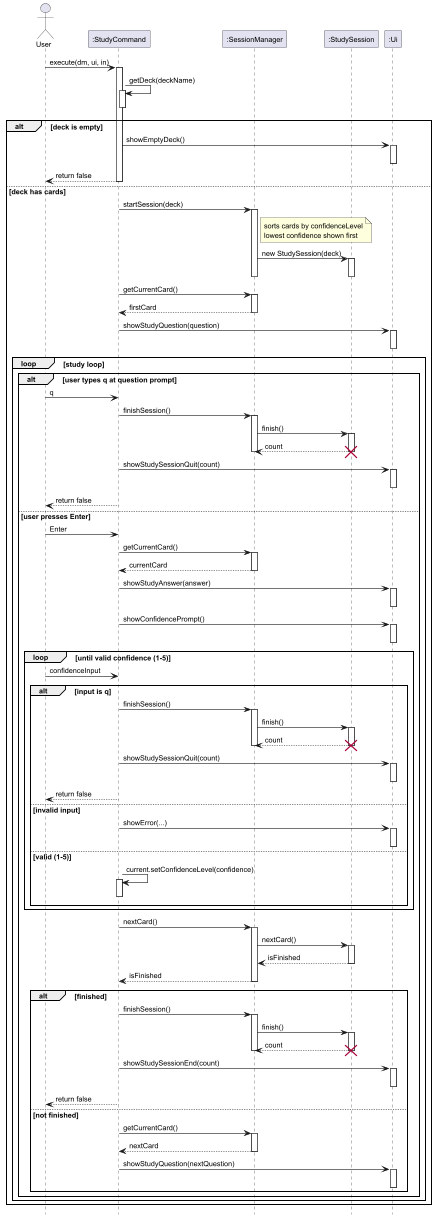
Before: docs/diagrams/study_sequence.png, a diagram exported from PlantUML (yqzzy/tp).
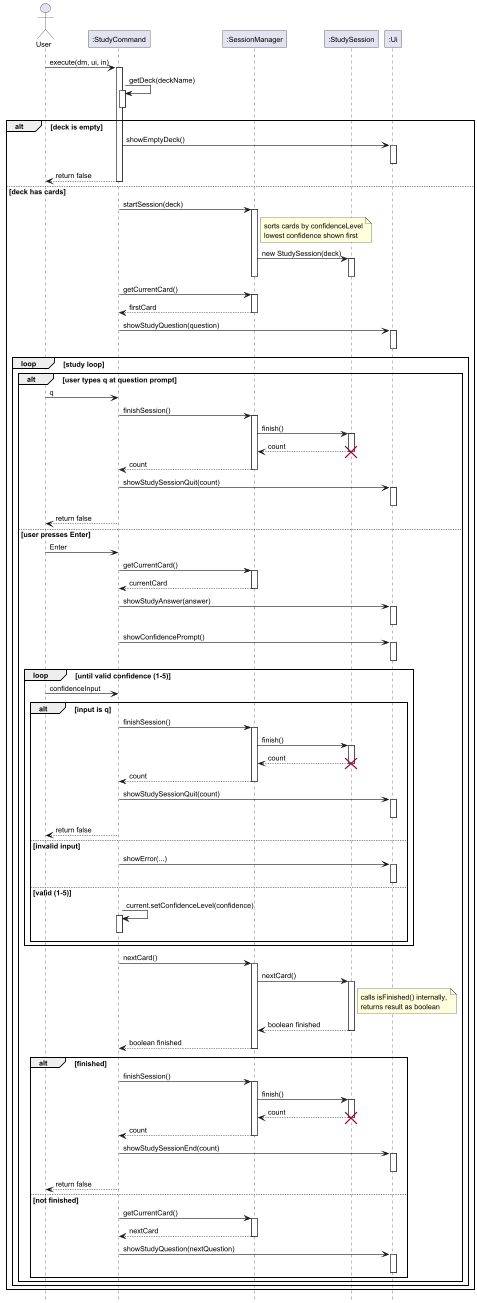
After the change.

Commit message:
update sequence diagrams

Change to the diagram source:
```diff
@@ -54,6 +54,7 @@
             activate ss
             ss --> sm : count
             destroy ss
+            sm --> cmd : count
             deactivate sm
 
             cmd -> ui : showStudySessionQuit(count)
@@ -88,6 +89,7 @@
                     activate ss
                     ss --> sm : count
                     destroy ss
+                    sm --> cmd : count
                     deactivate sm
 
                     cmd -> ui : showStudySessionQuit(count)
@@ -113,9 +115,13 @@
             activate sm
             sm -> ss : nextCard()
             activate ss
-            ss --> sm : isFinished
+            note right of ss
+              calls isFinished() internally,
+              returns result as boolean
+            end note
+            ss --> sm : boolean finished
             deactivate ss
-            sm --> cmd : isFinished
+            sm --> cmd : boolean finished
             deactivate sm
 
             alt finished
@@ -125,6 +131,7 @@
                 activate ss
                 ss --> sm : count
                 destroy ss
+                sm --> cmd : count
                 deactivate sm
 
                 cmd -> ui : showStudySessionEnd(count)
```
